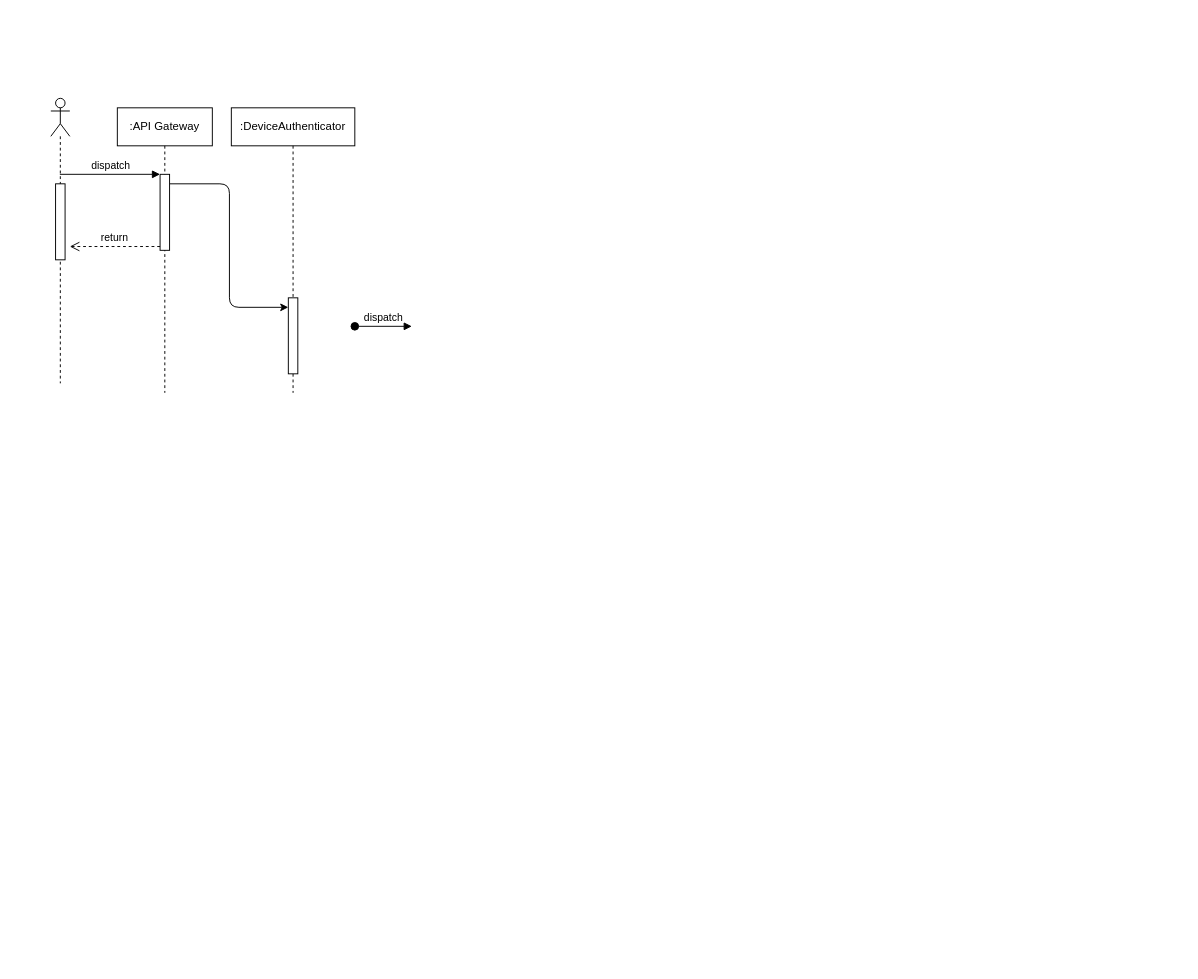
The draw.io diagram page "Page-3" (3 of 3) of PIO System Digram.drawio in syogesh31/jp, before the edit. Source tidied: cells renumbered, new cells numbered last; positions are measured from the earlier drawing's top-left corner, leaving out a move shared by most shapes. Both pictures are drawn from the tidied source at 95%, with x=0, y=0 at pixel (50, 98).
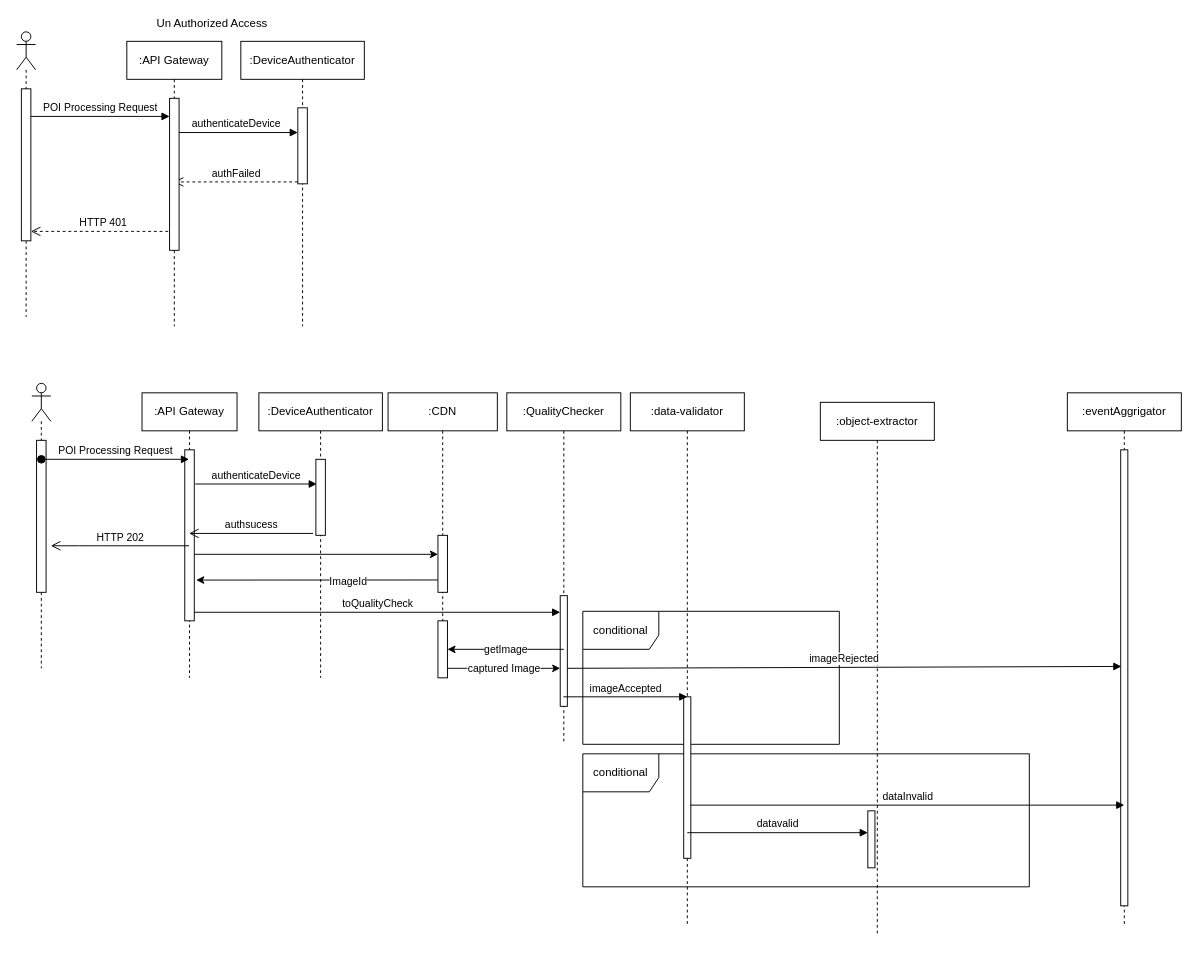
The same page after the edit.

What changed in the source:
```diff
@@
+    <mxCell id="12" style="group;" parent="1" vertex="1">
+      <mxGeometry x="610" y="310" width="420" height="600" as="geometry" />
+    </mxCell>
+    <mxCell id="13" value="conditional" style="shape=umlFrame;whiteSpace=wrap;html=1;rounded=0;sketch=0;strokeColor=#000000;fillColor=#ffffff;width=80;height=40;" parent="12" vertex="1">
+      <mxGeometry x="-50" y="380" width="470" height="140" as="geometry" />
+    </mxCell>
+    <mxCell id="14" value="conditional" style="shape=umlFrame;whiteSpace=wrap;html=1;rounded=0;sketch=0;strokeColor=#000000;fillColor=#ffffff;width=80;height=40;" parent="12" vertex="1">
+      <mxGeometry x="-50" y="230" width="270" height="140" as="geometry" />
+    </mxCell>
+    <mxCell id="15" value=":data-validator" style="shape=umlLifeline;perimeter=lifelinePerimeter;whiteSpace=wrap;html=1;rounded=0;sketch=0;strokeColor=#000000;fillColor=#ffffff;" parent="12" vertex="1">
+      <mxGeometry width="120" height="560" as="geometry" />
+    </mxCell>
+    <mxCell id="16" style="html=1;perimeter=orthogonalPerimeter;rounded=0;sketch=0;strokeColor=#000000;fillColor=#ffffff;" parent="12" vertex="1">
+      <mxGeometry x="56.2" y="320" width="7.5" height="170" as="geometry" />
+    </mxCell>
+    <mxCell id="17" style="html=1;perimeter=orthogonalPerimeter;rounded=0;sketch=0;strokeColor=#000000;fillColor=#ffffff;" parent="12" vertex="1">
+      <mxGeometry x="250" y="440" width="7.5" height="60" as="geometry" />
+    </mxCell>
+    <mxCell id="18" value=":object-extractor" style="shape=umlLifeline;perimeter=lifelinePerimeter;whiteSpace=wrap;html=1;rounded=0;sketch=0;strokeColor=#000000;fillColor=#ffffff;" parent="12" vertex="1">
+      <mxGeometry x="200" y="10" width="120" height="560" as="geometry" />
+    </mxCell>
+    <mxCell id="19" value=":API Gateway" style="shape=umlLifeline;perimeter=lifelinePerimeter;whiteSpace=wrap;html=1;outlineConnect=0;rounded=0;sketch=0;strokeColor=#000000;fillColor=#ffffff;" parent="1" vertex="1">
+      <mxGeometry x="96" y="310" width="100" height="300" as="geometry" />
+    </mxCell>
+    <mxCell id="20" style="group;" parent="1" vertex="1">
+      <mxGeometry x="-36" y="-70" width="366" height="310" as="geometry" />
+    </mxCell>
-    <mxCell id="2" style="shape=umlLifeline;participant=umlActor;perimeter=lifelinePerimeter;whiteSpace=wrap;html=1;verticalAlign=top;spacingTop=36;outlineConnect=0;rounded=0;sketch=0;strokeColor=#000000;fillColor=#ffffff;" parent="1" vertex="1">
+    <mxCell id="2" style="shape=umlLifeline;participant=umlActor;perimeter=lifelinePerimeter;whiteSpace=wrap;html=1;verticalAlign=top;spacingTop=36;outlineConnect=0;rounded=0;sketch=0;strokeColor=#000000;fillColor=#ffffff;" parent="20" vertex="1">
       <mxGeometry width="20" height="300" as="geometry" />
     </mxCell>
+    <mxCell id="21" value="Un Authorized Access" style="group;labelPosition=center;verticalLabelPosition=top;align=center;verticalAlign=bottom;" parent="20" vertex="1">
+      <mxGeometry x="46" width="320" height="310" as="geometry" />
+    </mxCell>
-    <mxCell id="3" style="html=1;points=[];perimeter=orthogonalPerimeter;rounded=0;sketch=0;strokeColor=#000000;fillColor=#ffffff;" parent="1" vertex="1">
-      <mxGeometry x="5" y="90" width="10" height="80" as="geometry" />
+    <mxCell id="3" style="html=1;points=[];perimeter=orthogonalPerimeter;rounded=0;sketch=0;strokeColor=#000000;fillColor=#ffffff;" parent="21" vertex="1">
+      <mxGeometry x="-41" y="60" width="10" height="160" as="geometry" />
     </mxCell>
-    <mxCell id="4" value=":API Gateway" style="shape=umlLifeline;perimeter=lifelinePerimeter;whiteSpace=wrap;html=1;outlineConnect=0;rounded=0;sketch=0;strokeColor=#000000;fillColor=#ffffff;" parent="1" vertex="1">
+    <mxCell id="4" value=":API Gateway" style="shape=umlLifeline;perimeter=lifelinePerimeter;whiteSpace=wrap;html=1;outlineConnect=0;rounded=0;sketch=0;strokeColor=#000000;fillColor=#ffffff;" parent="21" vertex="1">
       <mxGeometry x="70" y="10" width="100" height="300" as="geometry" />
     </mxCell>
-    <mxCell id="5" value=":DeviceAuthenticator" style="shape=umlLifeline;perimeter=lifelinePerimeter;whiteSpace=wrap;html=1;rounded=0;sketch=0;strokeColor=#000000;fillColor=#ffffff;" parent="1" vertex="1">
+    <mxCell id="5" value=":DeviceAuthenticator" style="shape=umlLifeline;perimeter=lifelinePerimeter;whiteSpace=wrap;html=1;rounded=0;sketch=0;strokeColor=#000000;fillColor=#ffffff;" parent="21" vertex="1">
       <mxGeometry x="190" y="10" width="130" height="300" as="geometry" />
     </mxCell>
-    <mxCell id="6" style="html=1;perimeter=orthogonalPerimeter;rounded=0;sketch=0;strokeColor=#000000;fillColor=#ffffff;" parent="5" vertex="1">
-      <mxGeometry x="60" y="200" width="10" height="80" as="geometry" />
-    </mxCell>
-    <mxCell id="7" value="dispatch" style="html=1;verticalAlign=bottom;startArrow=oval;startFill=1;endArrow=block;startSize=8;strokeColor=#000000;strokeWidth=1;" parent="1" edge="1">
-      <mxGeometry relative="1" as="geometry">
-        <mxPoint x="320" y="240" as="sourcePoint" />
-        <mxPoint x="380" y="240" as="targetPoint" />
-      </mxGeometry>
-    </mxCell>
-    <mxCell id="8" style="edgeStyle=orthogonalEdgeStyle;curved=0;rounded=1;sketch=0;jumpStyle=arc;jettySize=auto;html=1;startArrow=none;startFill=0;endArrow=classic;endFill=1;strokeColor=#000000;strokeWidth=1;" parent="1" edge="1" source="9">
-      <mxGeometry relative="1" as="geometry">
-        <mxPoint x="250" y="220" as="targetPoint" />
-        <Array as="points">
-          <mxPoint x="188" y="90" />
-          <mxPoint x="188" y="220" />
-        </Array>
-      </mxGeometry>
-    </mxCell>
-    <mxCell id="9" style="html=1;points=[];perimeter=orthogonalPerimeter;rounded=0;sketch=0;strokeColor=#000000;fillColor=#ffffff;" parent="1" vertex="1">
-      <mxGeometry x="115" y="80" width="10" height="80" as="geometry" />
-    </mxCell>
-    <mxCell id="10" value="dispatch" style="html=1;verticalAlign=bottom;endArrow=block;entryX=0;entryY=0;strokeColor=#000000;strokeWidth=1;" parent="1" edge="1" source="2" target="9">
-      <mxGeometry relative="1" as="geometry" />
-    </mxCell>
-    <mxCell id="11" value="return" style="html=1;verticalAlign=bottom;endArrow=open;dashed=1;endSize=8;exitX=0;exitY=0.95;strokeColor=#000000;strokeWidth=1;" parent="1" edge="1" source="9">
-      <mxGeometry relative="1" as="geometry">
-        <mxPoint x="20" y="156" as="targetPoint" />
-      </mxGeometry>
-    </mxCell>
+    <mxCell id="22" style="html=1;perimeter=orthogonalPerimeter;rounded=0;sketch=0;strokeColor=#000000;fillColor=#ffffff;" parent="21" vertex="1">
+      <mxGeometry x="250" y="80" width="10" height="80" as="geometry" />
+    </mxCell>
+    <mxCell id="23" value="authenticateDevice" style="html=1;verticalAlign=bottom;endArrow=block;entryX=0;entryY=0;strokeColor=#000000;strokeWidth=1;" parent="21" edge="1">
+      <mxGeometry relative="1" as="geometry">
+        <mxPoint x="119.5" y="106" as="sourcePoint" />
+        <mxPoint x="250" y="106" as="targetPoint" />
+      </mxGeometry>
+    </mxCell>
+    <mxCell id="24" value="authFailed" style="html=1;verticalAlign=bottom;endArrow=open;dashed=1;endSize=8;exitX=0;exitY=0.95;strokeColor=#000000;strokeWidth=1;" parent="21" edge="1">
+      <mxGeometry relative="1" as="geometry">
+        <mxPoint x="250" y="158" as="sourcePoint" />
+        <mxPoint x="119.5" y="158" as="targetPoint" />
+      </mxGeometry>
+    </mxCell>
+    <mxCell id="25" value="HTTP 401" style="html=1;verticalAlign=bottom;endArrow=open;dashed=1;endSize=8;strokeColor=#000000;strokeWidth=1;entryX=1;entryY=0.938;entryDx=0;entryDy=0;entryPerimeter=0;" parent="21" edge="1" source="4" target="3">
+      <mxGeometry relative="1" as="geometry" />
+    </mxCell>
+    <mxCell id="26" style="html=1;points=[];perimeter=orthogonalPerimeter;rounded=0;sketch=0;strokeColor=#000000;fillColor=#ffffff;" parent="20" vertex="1">
+      <mxGeometry x="161" y="70" width="10" height="160" as="geometry" />
+    </mxCell>
+    <mxCell id="27" value="POI Processing Request" style="html=1;verticalAlign=bottom;endArrow=block;strokeColor=#000000;strokeWidth=1;entryX=0;entryY=0.119;entryDx=0;entryDy=0;entryPerimeter=0;" parent="20" edge="1" source="3" target="26">
+      <mxGeometry relative="1" as="geometry" />
+    </mxCell>
+    <mxCell id="28" style="shape=umlLifeline;participant=umlActor;perimeter=lifelinePerimeter;whiteSpace=wrap;html=1;verticalAlign=top;spacingTop=36;rounded=0;sketch=0;strokeColor=#000000;fillColor=#ffffff;" parent="1" vertex="1">
+      <mxGeometry x="-20" y="300" width="20" height="300" as="geometry" />
+    </mxCell>
+    <mxCell id="29" style="edgeStyle=orthogonalEdgeStyle;curved=0;rounded=1;sketch=0;jumpStyle=arc;jettySize=auto;html=1;startArrow=none;startFill=0;endArrow=classic;endFill=1;strokeColor=#000000;strokeWidth=1;" parent="1" edge="1" source="30" target="43">
+      <mxGeometry relative="1" as="geometry">
+        <Array as="points">
+          <mxPoint x="220" y="480" />
+          <mxPoint x="220" y="480" />
+        </Array>
+      </mxGeometry>
+    </mxCell>
+    <mxCell id="30" style="html=1;points=[];perimeter=orthogonalPerimeter;rounded=0;sketch=0;strokeColor=#000000;fillColor=#ffffff;" parent="1" vertex="1">
+      <mxGeometry x="141" y="370" width="10" height="180" as="geometry" />
+    </mxCell>
+    <mxCell id="31" style="html=1;perimeter=orthogonalPerimeter;rounded=0;sketch=0;strokeColor=#000000;fillColor=#ffffff;" parent="1" vertex="1">
+      <mxGeometry x="-15" y="360" width="10" height="160" as="geometry" />
+    </mxCell>
+    <mxCell id="32" value="authenticateDevice" style="html=1;verticalAlign=bottom;endArrow=block;strokeColor=#000000;strokeWidth=1;entryX=0.1;entryY=0.325;entryDx=0;entryDy=0;entryPerimeter=0;" parent="1" edge="1" target="37">
+      <mxGeometry x="108" y="450" as="geometry">
+        <mxPoint x="152" y="406" as="sourcePoint" />
+      </mxGeometry>
+    </mxCell>
+    <mxCell id="33" value="authsucess" style="html=1;verticalAlign=bottom;endArrow=open;endSize=8;exitX=0;exitY=0.95;strokeColor=#000000;strokeWidth=1;" parent="1" edge="1">
+      <mxGeometry x="96" y="450" as="geometry">
+        <mxPoint x="276" y="458" as="sourcePoint" />
+        <mxPoint x="145.5" y="458" as="targetPoint" />
+      </mxGeometry>
+    </mxCell>
+    <mxCell id="34" value="HTTP 202" style="html=1;verticalAlign=bottom;endArrow=open;endSize=8;strokeColor=#000000;strokeWidth=1;" parent="1" edge="1">
+      <mxGeometry x="96" y="411" as="geometry">
+        <mxPoint x="145.5" y="471" as="sourcePoint" />
+        <mxPoint y="471" as="targetPoint" />
+        <Array as="points">
+          <mxPoint x="40" y="471" />
+        </Array>
+      </mxGeometry>
+    </mxCell>
+    <mxCell id="35" style="group;" parent="1" vertex="1">
+      <mxGeometry x="219" y="310" width="130" height="300" as="geometry" />
+    </mxCell>
+    <mxCell id="36" value=":DeviceAuthenticator" style="shape=umlLifeline;perimeter=lifelinePerimeter;whiteSpace=wrap;html=1;rounded=0;sketch=0;strokeColor=#000000;fillColor=#ffffff;" parent="35" vertex="1">
+      <mxGeometry width="130" height="300" as="geometry" />
+    </mxCell>
+    <mxCell id="37" style="html=1;points=[];perimeter=orthogonalPerimeter;rounded=0;sketch=0;strokeColor=#000000;fillColor=#ffffff;" parent="35" vertex="1">
+      <mxGeometry x="60" y="70" width="10" height="80" as="geometry" />
+    </mxCell>
+    <mxCell id="38" value="toQualityCheck" style="html=1;verticalAlign=bottom;endArrow=block;strokeColor=#000000;strokeWidth=1;" parent="1" edge="1" target="46">
+      <mxGeometry x="107" y="585" as="geometry">
+        <mxPoint x="151" y="541" as="sourcePoint" />
+      </mxGeometry>
+    </mxCell>
+    <mxCell id="39" value="POI Processing Request" style="html=1;verticalAlign=bottom;startArrow=oval;startFill=1;endArrow=block;startSize=8;strokeColor=#000000;strokeWidth=1;" parent="1" edge="1" target="19">
+      <mxGeometry relative="1" as="geometry">
+        <mxPoint x="-10" y="380" as="sourcePoint" />
+      </mxGeometry>
+    </mxCell>
+    <mxCell id="40" value=":CDN" style="shape=umlLifeline;perimeter=lifelinePerimeter;whiteSpace=wrap;html=1;rounded=0;sketch=0;strokeColor=#000000;fillColor=#ffffff;" parent="1" vertex="1">
+      <mxGeometry x="355" y="310" width="115" height="300" as="geometry" />
+    </mxCell>
+    <mxCell id="41" style="edgeStyle=orthogonalEdgeStyle;curved=0;rounded=1;sketch=0;jumpStyle=arc;orthogonalLoop=1;jettySize=auto;html=1;startArrow=none;startFill=0;endArrow=classic;endFill=1;strokeColor=#000000;strokeWidth=1;entryX=1.2;entryY=0.706;entryDx=0;entryDy=0;entryPerimeter=0;" parent="1" edge="1">
+      <mxGeometry relative="1" as="geometry">
+        <mxPoint x="407.5" y="507" as="sourcePoint" />
+        <mxPoint x="153" y="507.1" as="targetPoint" />
+        <Array as="points">
+          <mxPoint x="350" y="507" />
+          <mxPoint x="350" y="507" />
+        </Array>
+      </mxGeometry>
+    </mxCell>
+    <mxCell id="42" value="ImageId" style="edgeLabel;html=1;align=center;verticalAlign=middle;" parent="41" vertex="1">
+      <mxGeometry x="-0.25" y="1" relative="1" as="geometry" />
+    </mxCell>
+    <mxCell id="43" style="html=1;points=[];perimeter=orthogonalPerimeter;rounded=0;sketch=0;strokeColor=#000000;fillColor=#ffffff;" parent="1" vertex="1">
+      <mxGeometry x="407.5" y="460" width="10" height="60" as="geometry" />
+    </mxCell>
+    <mxCell id="44" style="group;" parent="1" vertex="1">
+      <mxGeometry x="480" y="310" width="120" height="370" as="geometry" />
+    </mxCell>
+    <mxCell id="45" value=":QualityChecker" style="shape=umlLifeline;perimeter=lifelinePerimeter;whiteSpace=wrap;html=1;outlineConnect=0;rounded=0;sketch=0;strokeColor=#000000;fillColor=#ffffff;" parent="44" vertex="1">
+      <mxGeometry width="120" height="370" as="geometry" />
+    </mxCell>
+    <mxCell id="46" style="html=1;points=[];perimeter=orthogonalPerimeter;rounded=0;sketch=0;strokeColor=#000000;fillColor=#ffffff;" parent="44" vertex="1">
+      <mxGeometry x="56.2" y="213.5" width="7.5" height="116.5" as="geometry" />
+    </mxCell>
+    <mxCell id="47" value="imageRejected" style="html=1;verticalAlign=bottom;endArrow=block;strokeColor=#000000;strokeWidth=1;entryX=0.1;entryY=0.475;entryDx=0;entryDy=0;entryPerimeter=0;" parent="44" edge="1" target="54">
+      <mxGeometry x="-49.8" y="184" as="geometry">
+        <mxPoint x="63.8" y="290" as="sourcePoint" />
+      </mxGeometry>
+    </mxCell>
+    <mxCell id="48" value="captured Image" style="edgeStyle=orthogonalEdgeStyle;curved=0;rounded=1;sketch=0;jumpStyle=arc;jettySize=auto;html=1;startArrow=none;startFill=0;endArrow=classic;endFill=1;strokeColor=#000000;strokeWidth=1;" parent="1" edge="1" source="49" target="46">
+      <mxGeometry relative="1" as="geometry">
+        <Array as="points">
+          <mxPoint x="490" y="600" />
+          <mxPoint x="490" y="600" />
+        </Array>
+      </mxGeometry>
+    </mxCell>
+    <mxCell id="49" style="html=1;points=[];perimeter=orthogonalPerimeter;rounded=0;sketch=0;strokeColor=#000000;fillColor=#ffffff;" parent="1" vertex="1">
+      <mxGeometry x="407.5" y="550" width="10" height="60" as="geometry" />
+    </mxCell>
+    <mxCell id="50" value="getImage" style="edgeStyle=orthogonalEdgeStyle;curved=0;rounded=1;sketch=0;jumpStyle=arc;jettySize=auto;html=1;startArrow=none;startFill=0;endArrow=classic;endFill=1;strokeColor=#000000;strokeWidth=1;" parent="1" edge="1" target="49">
+      <mxGeometry relative="1" as="geometry">
+        <mxPoint x="540" y="580" as="sourcePoint" />
+        <Array as="points">
+          <mxPoint x="480" y="580" />
+          <mxPoint x="480" y="580" />
+        </Array>
+      </mxGeometry>
+    </mxCell>
+    <mxCell id="51" value="imageAccepted" style="html=1;verticalAlign=bottom;endArrow=block;strokeColor=#000000;strokeWidth=1;" parent="1" edge="1" source="45">
+      <mxGeometry x="496" y="674" as="geometry">
+        <mxPoint x="670" y="630" as="targetPoint" />
+      </mxGeometry>
+    </mxCell>
+    <mxCell id="52" style="group;" parent="1" vertex="1">
+      <mxGeometry x="1070" y="310" width="120" height="600" as="geometry" />
+    </mxCell>
+    <mxCell id="53" value=":eventAggrigator" style="shape=umlLifeline;perimeter=lifelinePerimeter;whiteSpace=wrap;html=1;rounded=0;sketch=0;strokeColor=#000000;fillColor=#ffffff;" parent="52" vertex="1">
+      <mxGeometry width="120" height="560" as="geometry" />
+    </mxCell>
+    <mxCell id="54" style="html=1;points=[];perimeter=orthogonalPerimeter;rounded=0;sketch=0;strokeColor=#000000;fillColor=#ffffff;" parent="52" vertex="1">
+      <mxGeometry x="56.2" y="60" width="7.5" height="480" as="geometry" />
+    </mxCell>
+    <mxCell id="55" value="datavalid" style="html=1;verticalAlign=bottom;endArrow=block;strokeColor=#000000;strokeWidth=1;" parent="1" edge="1">
+      <mxGeometry x="626.2" y="723" as="geometry">
+        <mxPoint x="670" y="773" as="sourcePoint" />
+        <mxPoint x="860" y="773" as="targetPoint" />
+      </mxGeometry>
+    </mxCell>
+    <mxCell id="56" value="dataInvalid" style="html=1;verticalAlign=bottom;endArrow=block;strokeColor=#000000;strokeWidth=1;" parent="1" edge="1">
+      <mxGeometry x="76.5" y="327.5" as="geometry">
+        <mxPoint x="673" y="744" as="sourcePoint" />
+        <mxPoint x="1130" y="744" as="targetPoint" />
+      </mxGeometry>
+    </mxCell>
```
